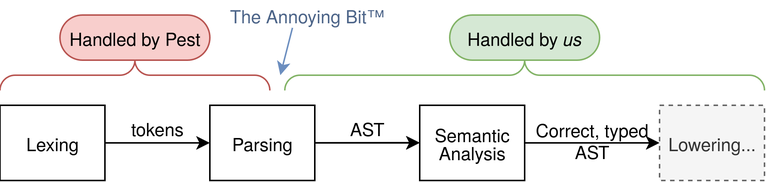
The draw.io diagram resources/Compiler.png in ZtereoHYPE/lang, before a commit. Source tidied: cells renumbered, new cells last; positions are measured from the earlier drawing's top-left corner, leaving out a move shared by most shapes.
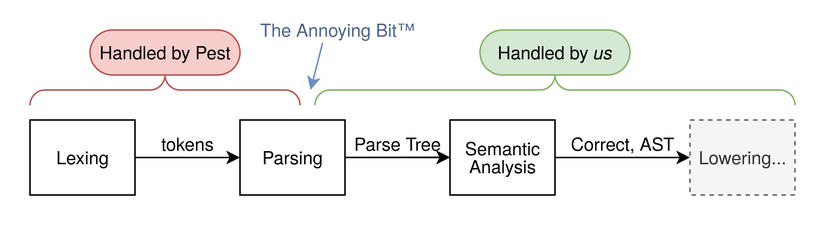
The same diagram one commit later.

What changed in the source:
```diff
@@ -2,16 +2,19 @@
   <root>
     <mxCell id="0" />
     <mxCell id="1" parent="0" />
+    <mxCell id="19" style="rounded=0;whiteSpace=wrap;html=1;strokeColor=none;" parent="1" vertex="1">
+      <mxGeometry x="-20" y="-10" width="550" height="150" as="geometry" />
+    </mxCell>
-    <mxCell id="2" value="&lt;div style=&quot;line-height: 100%;&quot;&gt;&lt;font&gt;Lexing&lt;/font&gt;&lt;/div&gt;" style="rounded=0;whiteSpace=wrap;html=1;" parent="1" vertex="1">
+    <mxCell id="2" value="&lt;div style=&quot;line-height: 100%;&quot;&gt;&lt;font&gt;Lexing&lt;/font&gt;&lt;/div&gt;" style="rounded=0;whiteSpace=wrap;html=1;spacingBottom=2;" parent="1" vertex="1">
       <mxGeometry y="70" width="70" height="50" as="geometry" />
     </mxCell>
     <mxCell id="3" style="edgeStyle=orthogonalEdgeStyle;rounded=0;jettySize=auto;html=1;" parent="1" edge="1" source="4" target="5">
       <mxGeometry relative="1" as="geometry" />
     </mxCell>
-    <mxCell id="4" value="&lt;div style=&quot;line-height: 100%;&quot;&gt;Parsing&lt;/div&gt;" style="rounded=0;whiteSpace=wrap;html=1;" parent="1" vertex="1">
+    <mxCell id="4" value="&lt;div style=&quot;line-height: 100%;&quot;&gt;Parsing&lt;/div&gt;" style="rounded=0;whiteSpace=wrap;html=1;spacingBottom=2;" parent="1" vertex="1">
       <mxGeometry x="140" y="70" width="70" height="50" as="geometry" />
     </mxCell>
-    <mxCell id="5" value="&lt;div style=&quot;line-height: 100%;&quot;&gt;Semantic&lt;/div&gt;&lt;div style=&quot;line-height: 100%;&quot;&gt;Analysis&lt;/div&gt;" style="rounded=0;whiteSpace=wrap;html=1;" parent="1" vertex="1">
+    <mxCell id="5" value="&lt;div style=&quot;line-height: 100%;&quot;&gt;Semantic&lt;/div&gt;&lt;div style=&quot;line-height: 100%;&quot;&gt;Analysis&lt;/div&gt;" style="rounded=0;whiteSpace=wrap;html=1;spacingBottom=2;" parent="1" vertex="1">
       <mxGeometry x="280" y="70" width="70" height="50" as="geometry" />
     </mxCell>
     <mxCell id="6" style="endArrow=classic;html=1;rounded=0;" parent="1" edge="1" source="2" target="4">
@@ -25,28 +28,28 @@
     <mxCell id="8" value="tokens" style="text;html=1;whiteSpace=wrap;strokeColor=none;fillColor=none;align=center;verticalAlign=middle;rounded=0;" parent="1" vertex="1">
       <mxGeometry x="70" y="70" width="70" height="30" as="geometry" />
     </mxCell>
-    <mxCell id="9" value="AST" style="text;html=1;whiteSpace=wrap;strokeColor=none;fillColor=none;align=center;verticalAlign=middle;rounded=0;" parent="1" vertex="1">
+    <mxCell id="9" value="Parse Tree" style="text;html=1;whiteSpace=wrap;strokeColor=none;fillColor=none;align=center;verticalAlign=middle;rounded=0;" parent="1" vertex="1">
       <mxGeometry x="210" y="70" width="70" height="30" as="geometry" />
     </mxCell>
     <mxCell id="10" style="endArrow=classic;html=1;rounded=0;" parent="1" edge="1" source="5" target="11">
       <mxGeometry relative="1" as="geometry" />
     </mxCell>
-    <mxCell id="11" value="Lowering..." style="rounded=0;whiteSpace=wrap;html=1;fillColor=#f5f5f5;fontColor=#333333;strokeColor=#666666;dashed=1;" parent="1" vertex="1">
+    <mxCell id="11" value="Lowering..." style="rounded=0;whiteSpace=wrap;html=1;fillColor=#f5f5f5;fontColor=#333333;strokeColor=#666666;dashed=1;spacingBottom=2;" parent="1" vertex="1">
       <mxGeometry x="440" y="70" width="70" height="50" as="geometry" />
     </mxCell>
-    <mxCell id="12" value="&lt;div&gt;Correct, typed&lt;/div&gt;&lt;div&gt;AST&lt;/div&gt;" style="text;html=1;whiteSpace=wrap;strokeColor=none;fillColor=none;align=center;verticalAlign=middle;rounded=0;" parent="1" vertex="1">
-      <mxGeometry x="350" y="78" width="90" height="30" as="geometry" />
+    <mxCell id="12" value="&lt;div&gt;Correct, AST&lt;/div&gt;" style="text;html=1;whiteSpace=wrap;strokeColor=none;fillColor=none;align=center;verticalAlign=middle;rounded=0;" parent="1" vertex="1">
+      <mxGeometry x="350" y="70" width="90" height="30" as="geometry" />
     </mxCell>
     <mxCell id="13" style="verticalLabelPosition=bottom;shadow=0;dashed=0;align=center;html=1;verticalAlign=top;strokeWidth=1;shape=mxgraph.mockup.markup.curlyBrace;whiteSpace=wrap;strokeColor=#b85450;fillColor=#f8cecc;" parent="1" vertex="1">
       <mxGeometry y="40" width="180" height="20" as="geometry" />
     </mxCell>
-    <mxCell id="14" value="Handled by Pest" style="rounded=1;whiteSpace=wrap;html=1;arcSize=50;fillColor=#f8cecc;strokeColor=#b85450;" parent="1" vertex="1">
+    <mxCell id="14" value="Handled by Pest" style="rounded=1;whiteSpace=wrap;html=1;arcSize=50;fillColor=#f8cecc;strokeColor=#b85450;spacingBottom=2;" parent="1" vertex="1">
       <mxGeometry x="40" y="10" width="100" height="30" as="geometry" />
     </mxCell>
     <mxCell id="15" style="verticalLabelPosition=bottom;shadow=0;dashed=0;align=center;html=1;verticalAlign=top;strokeWidth=1;shape=mxgraph.mockup.markup.curlyBrace;whiteSpace=wrap;strokeColor=#82b366;fillColor=#d5e8d4;" parent="1" vertex="1">
       <mxGeometry x="190" y="40" width="320" height="20" as="geometry" />
     </mxCell>
-    <mxCell id="16" value="Handled by&amp;nbsp;&lt;i&gt;us&lt;/i&gt;" style="rounded=1;whiteSpace=wrap;html=1;arcSize=50;fillColor=#d5e8d4;strokeColor=#82b366;" parent="1" vertex="1">
+    <mxCell id="16" value="Handled by&amp;nbsp;&lt;i&gt;us&lt;/i&gt;" style="rounded=1;whiteSpace=wrap;html=1;arcSize=50;fillColor=#d5e8d4;strokeColor=#82b366;fontColor=default;labelBackgroundColor=none;spacing=0;spacingBottom=2;" parent="1" vertex="1">
       <mxGeometry x="300" y="10" width="100" height="30" as="geometry" />
     </mxCell>
     <mxCell id="17" style="endArrow=classic;html=1;rounded=0;fillColor=#dae8fc;strokeColor=#6c8ebf;exitX=0.41;exitY=0.926;exitDx=0;exitDy=0;exitPerimeter=0;" parent="1" edge="1" source="18">
@@ -54,7 +57,7 @@
         <mxPoint x="187" y="50" as="targetPoint" />
       </mxGeometry>
     </mxCell>
-    <mxCell id="18" value="The Annoying Bit&lt;span class=&quot;ZNx93QP1XNrBdT5MI6SY&quot;&gt;&lt;span class=&quot;expandableItem&quot;&gt;™&lt;/span&gt;&lt;/span&gt;" style="text;html=1;whiteSpace=wrap;strokeColor=none;fillColor=none;align=center;verticalAlign=middle;rounded=0;fontColor=light-dark(#4D6589,#56AEFF);" parent="1" vertex="1">
+    <mxCell id="18" value="The Annoying Bit&lt;span class=&quot;ZNx93QP1XNrBdT5MI6SY&quot;&gt;&lt;span class=&quot;expandableItem&quot;&gt;™&lt;/span&gt;&lt;/span&gt;" style="text;html=1;whiteSpace=wrap;strokeColor=none;fillColor=none;align=center;verticalAlign=middle;rounded=0;fontColor=light-dark(#4D6589,#56AEFF);spacingBottom=2;" parent="1" vertex="1">
       <mxGeometry x="150" width="110" height="20" as="geometry" />
     </mxCell>
   </root>
```
